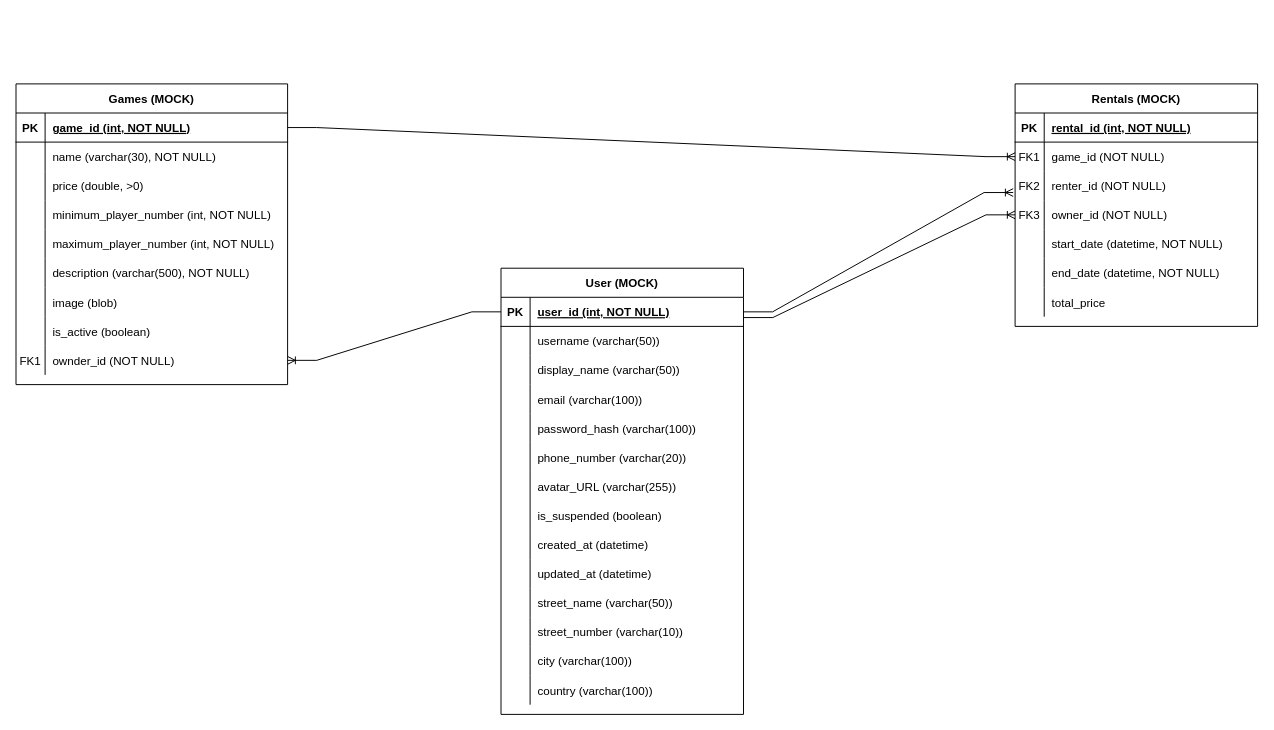
MasterplaYCoding/UBB-SE-2026-UUTSUU keeps this draw.io diagram as design/DB Diagram/DBdiagram_UUTSUU.drawio. Above is the earlier version. Source tidied: cells renumbered, new cells numbered last; positions are measured from the earlier drawing's top-left corner, leaving out a move shared by most shapes. Both pictures are drawn from the tidied source at 97%, with x=0, y=0 at pixel (-237, 16).
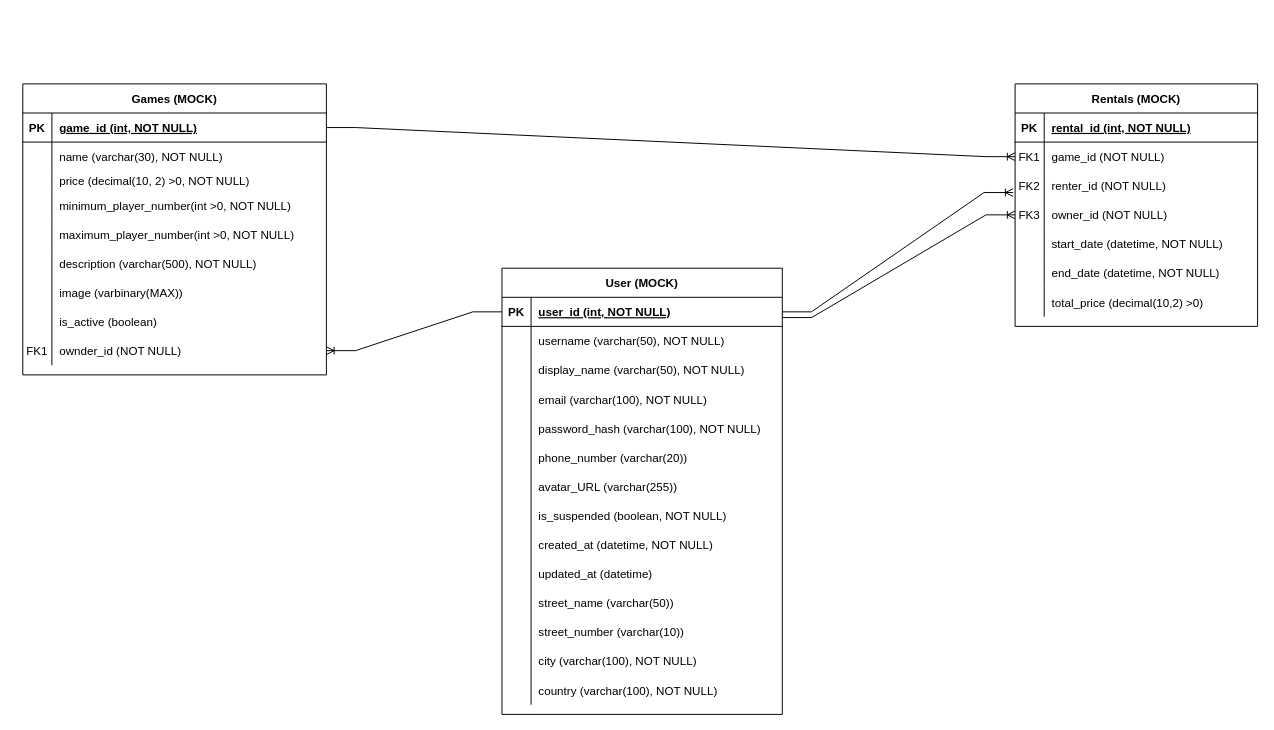
Above is the later version.

Unchanged cells that the change refers to:
```xml
<mxCell id="93" style="shape=partialRectangle;fillColor=none;top=0;left=0;right=0;bottom=0;" parent="74" vertex="1">
  <mxGeometry y="210" width="250" height="30" as="geometry" />
</mxCell>
```

What changed in the source:
```diff
@@
     <mxCell id="2" value="User (MOCK)" style="shape=table;startSize=30;childLayout=tableLayout;rowLines=0;fontStyle=1;align=center;" parent="1" vertex="1">
-      <mxGeometry x="760" y="260" width="250" height="460" as="geometry" />
+      <mxGeometry x="761" y="260" width="289" height="460" as="geometry" />
     </mxCell>
     <mxCell id="3" style="shape=partialRectangle;fillColor=none;points=[[0,0.5],[1,0.5]];portConstraint=eastwest;top=0;left=0;right=0;bottom=1;" parent="2" vertex="1">
-      <mxGeometry y="30" width="250" height="30" as="geometry" />
+      <mxGeometry y="30" width="289" height="30" as="geometry" />
     </mxCell>
@@
     <mxCell id="5" value="user_id (int, NOT NULL)" style="shape=partialRectangle;overflow=hidden;fillColor=none;top=0;left=0;bottom=0;right=0;align=left;spacingLeft=6;fontStyle=5;" parent="3" vertex="1">
-      <mxGeometry x="30" width="220" height="30" as="geometry" />
+      <mxGeometry x="30" width="259" height="30" as="geometry" />
     </mxCell>
     <mxCell id="6" style="shape=partialRectangle;fillColor=none;top=0;left=0;right=0;bottom=0;" parent="2" vertex="1">
-      <mxGeometry y="60" width="250" height="30" as="geometry" />
+      <mxGeometry y="60" width="289" height="30" as="geometry" />
     </mxCell>
@@
-    <mxCell id="8" value="username (varchar(50))" style="shape=partialRectangle;overflow=hidden;fillColor=none;top=0;left=0;bottom=0;right=0;align=left;spacingLeft=6;" parent="6" vertex="1">
-      <mxGeometry x="30" width="220" height="30" as="geometry" />
+    <mxCell id="8" value="username (varchar(50), NOT NULL)" style="shape=partialRectangle;overflow=hidden;fillColor=none;top=0;left=0;bottom=0;right=0;align=left;spacingLeft=6;" parent="6" vertex="1">
+      <mxGeometry x="30" width="259" height="30" as="geometry" />
     </mxCell>
     <mxCell id="9" style="shape=partialRectangle;fillColor=none;top=0;left=0;right=0;bottom=0;" parent="2" vertex="1">
-      <mxGeometry y="90" width="250" height="30" as="geometry" />
+      <mxGeometry y="90" width="289" height="30" as="geometry" />
     </mxCell>
@@
-    <mxCell id="11" value="display_name (varchar(50))" style="shape=partialRectangle;overflow=hidden;fillColor=none;top=0;left=0;bottom=0;right=0;align=left;spacingLeft=6;" parent="9" vertex="1">
-      <mxGeometry x="30" width="220" height="30" as="geometry" />
+    <mxCell id="11" value="display_name (varchar(50), NOT NULL)" style="shape=partialRectangle;overflow=hidden;fillColor=none;top=0;left=0;bottom=0;right=0;align=left;spacingLeft=6;" parent="9" vertex="1">
+      <mxGeometry x="30" width="259" height="30" as="geometry" />
     </mxCell>
     <mxCell id="12" style="shape=partialRectangle;fillColor=none;top=0;left=0;right=0;bottom=0;" parent="2" vertex="1">
-      <mxGeometry y="120" width="250" height="30" as="geometry" />
+      <mxGeometry y="120" width="289" height="30" as="geometry" />
     </mxCell>
@@
-    <mxCell id="14" value="email (varchar(100))" style="shape=partialRectangle;overflow=hidden;fillColor=none;top=0;left=0;bottom=0;right=0;align=left;spacingLeft=6;" parent="12" vertex="1">
-      <mxGeometry x="30" width="220" height="30" as="geometry" />
+    <mxCell id="14" value="email (varchar(100), NOT NULL)" style="shape=partialRectangle;overflow=hidden;fillColor=none;top=0;left=0;bottom=0;right=0;align=left;spacingLeft=6;" parent="12" vertex="1">
+      <mxGeometry x="30" width="259" height="30" as="geometry" />
     </mxCell>
     <mxCell id="15" style="shape=partialRectangle;fillColor=none;top=0;left=0;right=0;bottom=0;" parent="2" vertex="1">
-      <mxGeometry y="150" width="250" height="30" as="geometry" />
+      <mxGeometry y="150" width="289" height="30" as="geometry" />
     </mxCell>
@@
-    <mxCell id="17" value="password_hash (varchar(100))" style="shape=partialRectangle;overflow=hidden;fillColor=none;top=0;left=0;bottom=0;right=0;align=left;spacingLeft=6;" parent="15" vertex="1">
-      <mxGeometry x="30" width="220" height="30" as="geometry" />
+    <mxCell id="17" value="password_hash (varchar(100), NOT NULL)" style="shape=partialRectangle;overflow=hidden;fillColor=none;top=0;left=0;bottom=0;right=0;align=left;spacingLeft=6;" parent="15" vertex="1">
+      <mxGeometry x="30" width="259" height="30" as="geometry" />
     </mxCell>
     <mxCell id="18" style="shape=partialRectangle;fillColor=none;top=0;left=0;right=0;bottom=0;" parent="2" vertex="1">
-      <mxGeometry y="180" width="250" height="30" as="geometry" />
+      <mxGeometry y="180" width="289" height="30" as="geometry" />
     </mxCell>
@@
     <mxCell id="20" value="phone_number (varchar(20))" style="shape=partialRectangle;overflow=hidden;fillColor=none;top=0;left=0;bottom=0;right=0;align=left;spacingLeft=6;" parent="18" vertex="1">
-      <mxGeometry x="30" width="220" height="30" as="geometry" />
+      <mxGeometry x="30" width="259" height="30" as="geometry" />
     </mxCell>
     <mxCell id="21" style="shape=partialRectangle;fillColor=none;top=0;left=0;right=0;bottom=0;" parent="2" vertex="1">
-      <mxGeometry y="210" width="250" height="30" as="geometry" />
+      <mxGeometry y="210" width="289" height="30" as="geometry" />
     </mxCell>
@@
     <mxCell id="23" value="avatar_URL (varchar(255))" style="shape=partialRectangle;overflow=hidden;fillColor=none;top=0;left=0;bottom=0;right=0;align=left;spacingLeft=6;" parent="21" vertex="1">
-      <mxGeometry x="30" width="220" height="30" as="geometry" />
+      <mxGeometry x="30" width="259" height="30" as="geometry" />
     </mxCell>
     <mxCell id="24" style="shape=partialRectangle;fillColor=none;top=0;left=0;right=0;bottom=0;" parent="2" vertex="1">
-      <mxGeometry y="240" width="250" height="30" as="geometry" />
+      <mxGeometry y="240" width="289" height="30" as="geometry" />
     </mxCell>
@@
-    <mxCell id="26" value="is_suspended (boolean)" style="shape=partialRectangle;overflow=hidden;fillColor=none;top=0;left=0;bottom=0;right=0;align=left;spacingLeft=6;" parent="24" vertex="1">
-      <mxGeometry x="30" width="220" height="30" as="geometry" />
+    <mxCell id="26" value="is_suspended (boolean, NOT NULL)" style="shape=partialRectangle;overflow=hidden;fillColor=none;top=0;left=0;bottom=0;right=0;align=left;spacingLeft=6;" parent="24" vertex="1">
+      <mxGeometry x="30" width="259" height="30" as="geometry" />
     </mxCell>
     <mxCell id="27" style="shape=partialRectangle;fillColor=none;top=0;left=0;right=0;bottom=0;" parent="2" vertex="1">
-      <mxGeometry y="270" width="250" height="30" as="geometry" />
+      <mxGeometry y="270" width="289" height="30" as="geometry" />
     </mxCell>
@@
-    <mxCell id="29" value="created_at (datetime)" style="shape=partialRectangle;overflow=hidden;fillColor=none;top=0;left=0;bottom=0;right=0;align=left;spacingLeft=6;" parent="27" vertex="1">
-      <mxGeometry x="30" width="220" height="30" as="geometry" />
+    <mxCell id="29" value="created_at (datetime, NOT NULL)" style="shape=partialRectangle;overflow=hidden;fillColor=none;top=0;left=0;bottom=0;right=0;align=left;spacingLeft=6;" parent="27" vertex="1">
+      <mxGeometry x="30" width="259" height="30" as="geometry" />
     </mxCell>
     <mxCell id="30" style="shape=partialRectangle;fillColor=none;top=0;left=0;right=0;bottom=0;" parent="2" vertex="1">
-      <mxGeometry y="300" width="250" height="30" as="geometry" />
+      <mxGeometry y="300" width="289" height="30" as="geometry" />
     </mxCell>
@@
     <mxCell id="32" value="updated_at (datetime)" style="shape=partialRectangle;overflow=hidden;fillColor=none;top=0;left=0;bottom=0;right=0;align=left;spacingLeft=6;" parent="30" vertex="1">
-      <mxGeometry x="30" width="220" height="30" as="geometry" />
+      <mxGeometry x="30" width="259" height="30" as="geometry" />
     </mxCell>
     <mxCell id="33" style="shape=partialRectangle;fillColor=none;top=0;left=0;right=0;bottom=0;" parent="2" vertex="1">
-      <mxGeometry y="330" width="250" height="30" as="geometry" />
+      <mxGeometry y="330" width="289" height="30" as="geometry" />
     </mxCell>
@@
     <mxCell id="35" value="street_name (varchar(50))" style="shape=partialRectangle;overflow=hidden;fillColor=none;top=0;left=0;bottom=0;right=0;align=left;spacingLeft=6;" parent="33" vertex="1">
-      <mxGeometry x="30" width="220" height="30" as="geometry" />
+      <mxGeometry x="30" width="259" height="30" as="geometry" />
     </mxCell>
     <mxCell id="36" style="shape=partialRectangle;fillColor=none;top=0;left=0;right=0;bottom=0;" parent="2" vertex="1">
-      <mxGeometry y="360" width="250" height="30" as="geometry" />
+      <mxGeometry y="360" width="289" height="30" as="geometry" />
     </mxCell>
@@
     <mxCell id="38" value="street_number (varchar(10))" style="shape=partialRectangle;overflow=hidden;fillColor=none;top=0;left=0;bottom=0;right=0;align=left;spacingLeft=6;" parent="36" vertex="1">
-      <mxGeometry x="30" width="220" height="30" as="geometry" />
+      <mxGeometry x="30" width="259" height="30" as="geometry" />
     </mxCell>
     <mxCell id="39" style="shape=partialRectangle;fillColor=none;top=0;left=0;right=0;bottom=0;" parent="2" vertex="1">
-      <mxGeometry y="390" width="250" height="30" as="geometry" />
+      <mxGeometry y="390" width="289" height="30" as="geometry" />
     </mxCell>
@@
-    <mxCell id="41" value="city (varchar(100))" style="shape=partialRectangle;overflow=hidden;fillColor=none;top=0;left=0;bottom=0;right=0;align=left;spacingLeft=6;" parent="39" vertex="1">
-      <mxGeometry x="30" width="220" height="30" as="geometry" />
+    <mxCell id="41" value="city (varchar(100), NOT NULL)" style="shape=partialRectangle;overflow=hidden;fillColor=none;top=0;left=0;bottom=0;right=0;align=left;spacingLeft=6;" parent="39" vertex="1">
+      <mxGeometry x="30" width="259" height="30" as="geometry" />
     </mxCell>
     <mxCell id="42" style="shape=partialRectangle;fillColor=none;top=0;left=0;right=0;bottom=0;" parent="2" vertex="1">
-      <mxGeometry y="420" width="250" height="30" as="geometry" />
+      <mxGeometry y="420" width="289" height="30" as="geometry" />
     </mxCell>
@@
-    <mxCell id="44" value="country (varchar(100))" style="shape=partialRectangle;overflow=hidden;fillColor=none;top=0;left=0;bottom=0;right=0;align=left;spacingLeft=6;" parent="42" vertex="1">
-      <mxGeometry x="30" width="220" height="30" as="geometry" />
+    <mxCell id="44" value="country (varchar(100), NOT NULL)" style="shape=partialRectangle;overflow=hidden;fillColor=none;top=0;left=0;bottom=0;right=0;align=left;spacingLeft=6;" parent="42" vertex="1">
+      <mxGeometry x="30" width="259" height="30" as="geometry" />
     </mxCell>
@@
     <mxCell id="46" value="Games (MOCK)" style="shape=table;startSize=30;childLayout=tableLayout;rowLines=0;fontStyle=1;align=center;" parent="1" vertex="1">
-      <mxGeometry x="260" y="70" width="280" height="310" as="geometry" />
+      <mxGeometry x="267" y="70" width="313" height="300" as="geometry" />
     </mxCell>
     <mxCell id="47" style="shape=partialRectangle;fillColor=none;points=[[0,0.5],[1,0.5]];portConstraint=eastwest;top=0;left=0;right=0;bottom=1;" parent="46" vertex="1">
-      <mxGeometry y="30" width="280" height="30" as="geometry" />
+      <mxGeometry y="30" width="313" height="30" as="geometry" />
     </mxCell>
@@
     <mxCell id="49" value="game_id (int, NOT NULL)" style="shape=partialRectangle;overflow=hidden;fillColor=none;top=0;left=0;bottom=0;right=0;align=left;spacingLeft=6;fontStyle=5;" parent="47" vertex="1">
-      <mxGeometry x="30" width="250" height="30" as="geometry" />
+      <mxGeometry x="30" width="283" height="30" as="geometry" />
     </mxCell>
     <mxCell id="50" style="shape=partialRectangle;fillColor=none;top=0;left=0;right=0;bottom=0;" parent="46" vertex="1">
-      <mxGeometry y="60" width="280" height="30" as="geometry" />
+      <mxGeometry y="60" width="313" height="30" as="geometry" />
     </mxCell>
@@
     <mxCell id="52" value="name (varchar(30), NOT NULL)" style="shape=partialRectangle;overflow=hidden;fillColor=none;top=0;left=0;bottom=0;right=0;align=left;spacingLeft=6;" parent="50" vertex="1">
-      <mxGeometry x="30" width="250" height="30" as="geometry" />
+      <mxGeometry x="30" width="283" height="30" as="geometry" />
     </mxCell>
     <mxCell id="53" style="shape=partialRectangle;fillColor=none;top=0;left=0;right=0;bottom=0;" parent="46" vertex="1">
-      <mxGeometry y="90" width="280" height="30" as="geometry" />
+      <mxGeometry y="90" width="313" height="20" as="geometry" />
     </mxCell>
     <mxCell id="54" style="shape=partialRectangle;overflow=hidden;fillColor=none;top=0;left=0;bottom=0;right=0;" parent="53" vertex="1">
-      <mxGeometry width="30" height="30" as="geometry" />
+      <mxGeometry width="30" height="20" as="geometry" />
     </mxCell>
-    <mxCell id="55" value="price (double, &gt;0)" style="shape=partialRectangle;overflow=hidden;fillColor=none;top=0;left=0;bottom=0;right=0;align=left;spacingLeft=6;" parent="53" vertex="1">
-      <mxGeometry x="30" width="250" height="30" as="geometry" />
+    <mxCell id="55" value="price (decimal(10, 2) &gt;0, NOT NULL)" style="shape=partialRectangle;overflow=hidden;fillColor=none;top=0;left=0;bottom=0;right=0;align=left;spacingLeft=6;" parent="53" vertex="1">
+      <mxGeometry x="30" width="283" height="20" as="geometry" />
     </mxCell>
     <mxCell id="56" style="shape=partialRectangle;fillColor=none;top=0;left=0;right=0;bottom=0;" parent="46" vertex="1">
-      <mxGeometry y="120" width="280" height="30" as="geometry" />
+      <mxGeometry y="110" width="313" height="30" as="geometry" />
     </mxCell>
@@
-    <mxCell id="58" value="minimum_player_number (int, NOT NULL)" style="shape=partialRectangle;overflow=hidden;fillColor=none;top=0;left=0;bottom=0;right=0;align=left;spacingLeft=6;" parent="56" vertex="1">
-      <mxGeometry x="30" width="250" height="30" as="geometry" />
+    <mxCell id="58" value="minimum_player_number(int &gt;0, NOT NULL)" style="shape=partialRectangle;overflow=hidden;fillColor=none;top=0;left=0;bottom=0;right=0;align=left;spacingLeft=6;" parent="56" vertex="1">
+      <mxGeometry x="30" width="283" height="30" as="geometry" />
     </mxCell>
     <mxCell id="59" style="shape=partialRectangle;fillColor=none;top=0;left=0;right=0;bottom=0;" parent="46" vertex="1">
-      <mxGeometry y="150" width="280" height="30" as="geometry" />
+      <mxGeometry y="140" width="313" height="30" as="geometry" />
     </mxCell>
@@
-    <mxCell id="61" value="maximum_player_number (int, NOT NULL)" style="shape=partialRectangle;overflow=hidden;fillColor=none;top=0;left=0;bottom=0;right=0;align=left;spacingLeft=6;" parent="59" vertex="1">
-      <mxGeometry x="30" width="250" height="30" as="geometry" />
+    <mxCell id="61" value="maximum_player_number(int &gt;0, NOT NULL)" style="shape=partialRectangle;overflow=hidden;fillColor=none;top=0;left=0;bottom=0;right=0;align=left;spacingLeft=6;" parent="59" vertex="1">
+      <mxGeometry x="30" width="283" height="30" as="geometry" />
     </mxCell>
     <mxCell id="62" style="shape=partialRectangle;fillColor=none;top=0;left=0;right=0;bottom=0;" parent="46" vertex="1">
-      <mxGeometry y="180" width="280" height="30" as="geometry" />
+      <mxGeometry y="170" width="313" height="30" as="geometry" />
     </mxCell>
@@
     <mxCell id="64" value="description (varchar(500), NOT NULL)" style="shape=partialRectangle;overflow=hidden;fillColor=none;top=0;left=0;bottom=0;right=0;align=left;spacingLeft=6;" parent="62" vertex="1">
-      <mxGeometry x="30" width="250" height="30" as="geometry" />
+      <mxGeometry x="30" width="283" height="30" as="geometry" />
     </mxCell>
     <mxCell id="65" style="shape=partialRectangle;fillColor=none;top=0;left=0;right=0;bottom=0;" parent="46" vertex="1">
-      <mxGeometry y="210" width="280" height="30" as="geometry" />
+      <mxGeometry y="200" width="313" height="30" as="geometry" />
     </mxCell>
@@
-    <mxCell id="67" value="image (blob)" style="shape=partialRectangle;overflow=hidden;fillColor=none;top=0;left=0;bottom=0;right=0;align=left;spacingLeft=6;" parent="65" vertex="1">
-      <mxGeometry x="30" width="250" height="30" as="geometry" />
+    <mxCell id="67" value="image (varbinary(MAX))" style="shape=partialRectangle;overflow=hidden;fillColor=none;top=0;left=0;bottom=0;right=0;align=left;spacingLeft=6;" parent="65" vertex="1">
+      <mxGeometry x="30" width="283" height="30" as="geometry" />
     </mxCell>
     <mxCell id="68" style="shape=partialRectangle;fillColor=none;top=0;left=0;right=0;bottom=0;" parent="46" vertex="1">
-      <mxGeometry y="240" width="280" height="30" as="geometry" />
+      <mxGeometry y="230" width="313" height="30" as="geometry" />
     </mxCell>
@@
     <mxCell id="70" value="is_active (boolean)" style="shape=partialRectangle;overflow=hidden;fillColor=none;top=0;left=0;bottom=0;right=0;align=left;spacingLeft=6;" parent="68" vertex="1">
-      <mxGeometry x="30" width="250" height="30" as="geometry" />
+      <mxGeometry x="30" width="283" height="30" as="geometry" />
     </mxCell>
     <mxCell id="71" style="shape=partialRectangle;fillColor=none;points=[[0,0.5],[1,0.5]];portConstraint=eastwest;top=0;left=0;right=0;bottom=0;" parent="46" vertex="1">
-      <mxGeometry y="270" width="280" height="30" as="geometry" />
+      <mxGeometry y="260" width="313" height="30" as="geometry" />
     </mxCell>
@@
     <mxCell id="73" value="ownder_id (NOT NULL)" style="shape=partialRectangle;overflow=hidden;fillColor=none;top=0;left=0;bottom=0;right=0;align=left;spacingLeft=6;" parent="71" vertex="1">
-      <mxGeometry x="30" width="250" height="30" as="geometry" />
+      <mxGeometry x="30" width="283" height="30" as="geometry" />
     </mxCell>
@@
-    <mxCell id="95" value="total_price" style="shape=partialRectangle;overflow=hidden;fillColor=none;top=0;left=0;bottom=0;right=0;align=left;spacingLeft=6;" parent="93" vertex="1">
+    <mxCell id="95" value="total_price (decimal(10,2) &gt;0)" style="shape=partialRectangle;overflow=hidden;fillColor=none;top=0;left=0;bottom=0;right=0;align=left;spacingLeft=6;" parent="93" vertex="1">
       <mxGeometry x="30" width="220" height="30" as="geometry" />
     </mxCell>
```
